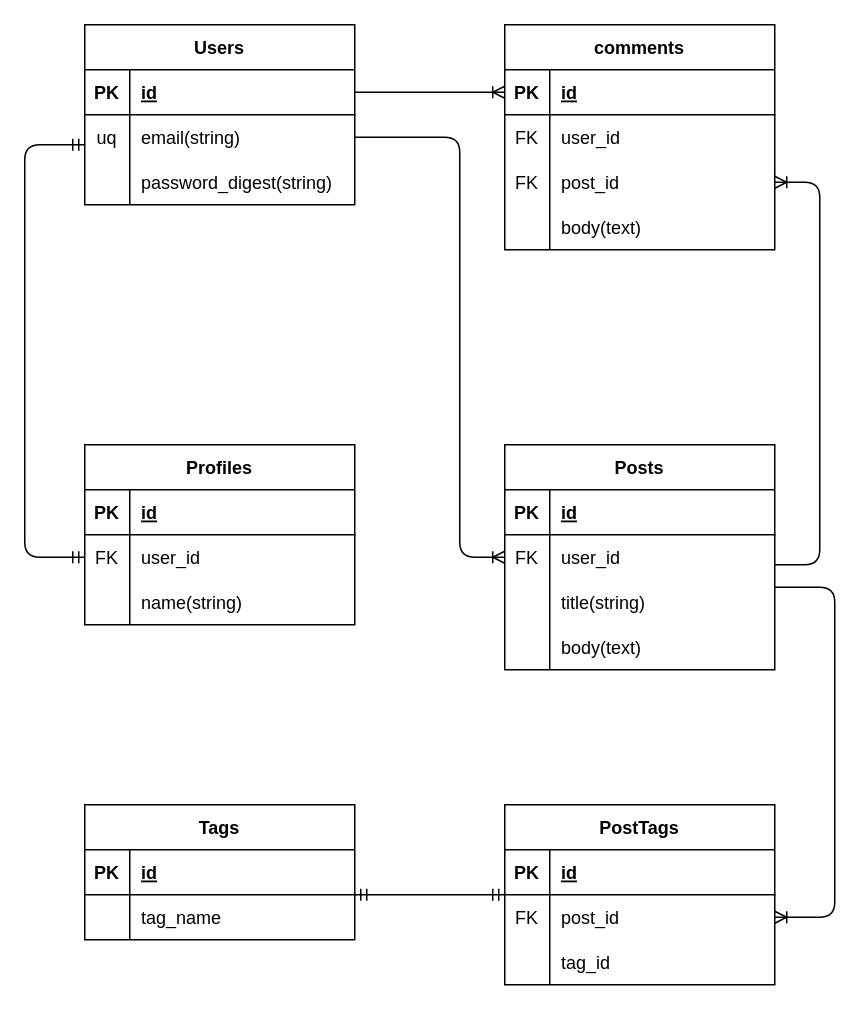
Before: programming/プロジェクト/MID _TERM＿EXAMINATION＿RAILS/ER図/er.dio in tolbou/TechTrek, a draw.io diagram. Source tidied: cells renumbered, new cells numbered last; positions are measured from the earlier drawing's top-left corner, leaving out a move shared by most shapes. Both pictures are drawn from the tidied source at 150%, with x=0, y=0 at pixel (24, 24).
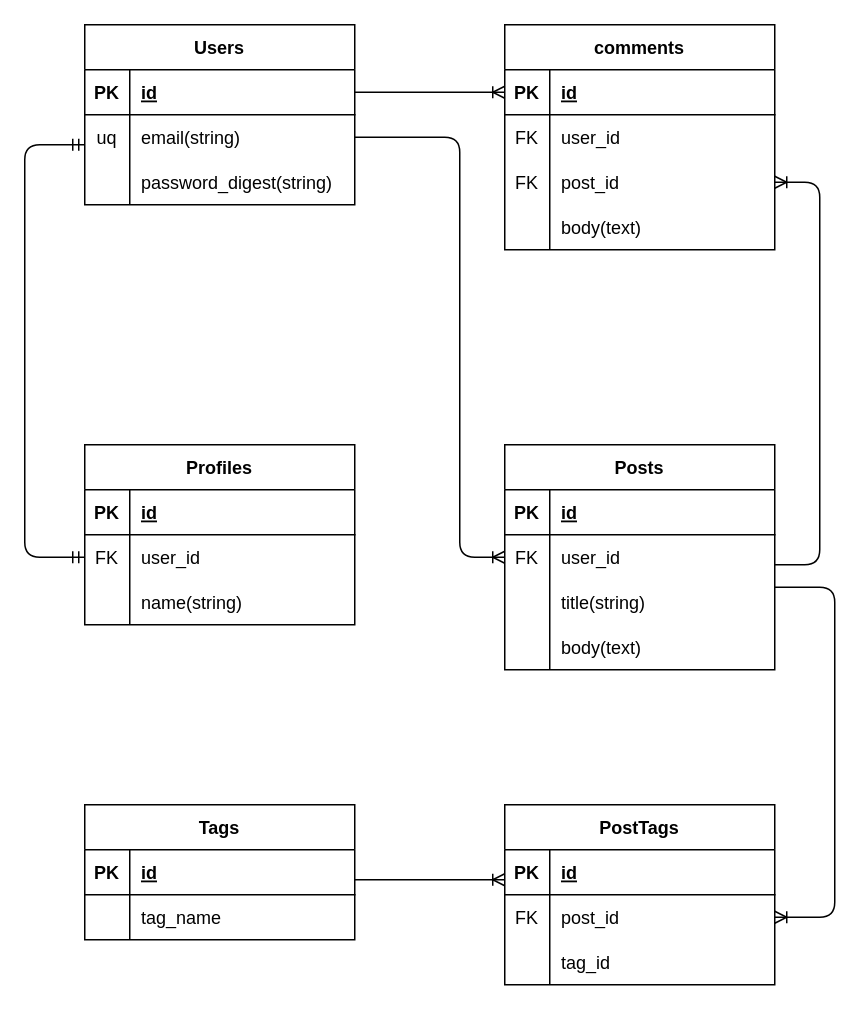
The same diagram, later.

Commit message:
fix: tagとPostTagsの関係性を修正

Diff of the diagram source:
```diff
@@
-    <mxCell id="70" style="fontSize=12;html=1;endArrow=ERmandOne;startArrow=ERmandOne;" parent="1" edge="1">
+    <mxCell id="70" style="fontSize=12;html=1;endArrow=ERoneToMany;" parent="1" edge="1">
       <mxGeometry relative="1" as="geometry">
-        <mxPoint x="220" y="580" as="sourcePoint" />
-        <mxPoint x="320" y="580" as="targetPoint" />
+        <mxPoint x="220" y="570" as="sourcePoint" />
+        <mxPoint x="320" y="570" as="targetPoint" />
       </mxGeometry>
     </mxCell>
```
